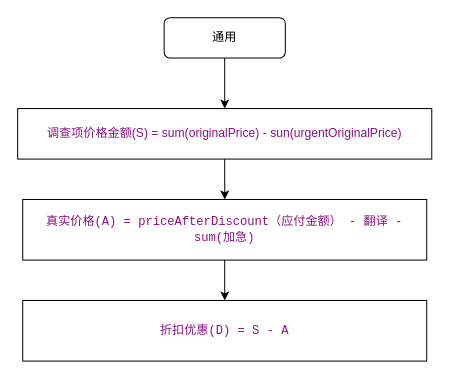
The draw.io diagram 价格计算.drawio in 111ZhuXueke/Hello-English, before the edit. Source tidied: cells renumbered, new cells numbered last; positions are measured from the earlier drawing's top-left corner, leaving out a move shared by most shapes. Both pictures are drawn from the tidied source at 101%, with x=0, y=0 at pixel (17, 17).
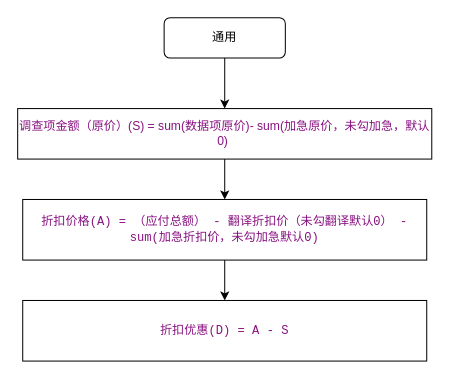
The same diagram, later.

The edit, as a diff of the source:
```diff
@@
 <mxGraphModel>
   <root>
     <mxCell id="0" />
     <mxCell id="1" parent="0" />
     <mxCell id="2" style="edgeStyle=orthogonalEdgeStyle;rounded=0;jettySize=auto;html=1;" parent="1" edge="1" source="3" target="5">
       <mxGeometry relative="1" as="geometry" />
     </mxCell>
     <mxCell id="3" value="通用" style="rounded=1;whiteSpace=wrap;html=1;fontSize=12;glass=0;strokeWidth=1;shadow=0;" parent="1" vertex="1">
       <mxGeometry x="145" width="120" height="40" as="geometry" />
     </mxCell>
     <mxCell id="4" style="edgeStyle=orthogonalEdgeStyle;rounded=0;jettySize=auto;html=1;" parent="1" edge="1" source="5" target="7">
       <mxGeometry relative="1" as="geometry" />
     </mxCell>
-    <mxCell id="5" value="&lt;span style=&quot;font-family: &amp;#34;pingfang sc&amp;#34; , &amp;#34;microsoft yahei&amp;#34; ; text-align: right ; background-color: rgb(255 , 255 , 255)&quot;&gt;&lt;font color=&quot;#881280&quot; style=&quot;font-size: 12px&quot;&gt;调查项价格金额(S) = sum(originalPrice) - sun(urgentOriginalPrice)&lt;/font&gt;&lt;/span&gt;" style="whiteSpace=wrap;html=1;rounded=0;glass=0;strokeWidth=1;shadow=0;" parent="1" vertex="1">
+    <mxCell id="5" value="&lt;span style=&quot;font-family: &amp;#34;pingfang sc&amp;#34; , &amp;#34;microsoft yahei&amp;#34; ; text-align: right ; background-color: rgb(255 , 255 , 255)&quot;&gt;&lt;font color=&quot;#881280&quot; style=&quot;font-size: 12px&quot;&gt;调查项金额（原价）(S) = sum(数据项原价)- sum(加急原价，未勾加急，默认0)&amp;nbsp;&lt;/font&gt;&lt;/span&gt;" style="whiteSpace=wrap;html=1;rounded=0;glass=0;strokeWidth=1;shadow=0;" parent="1" vertex="1">
       <mxGeometry y="90" width="410" height="50" as="geometry" />
     </mxCell>
     <mxCell id="6" style="edgeStyle=orthogonalEdgeStyle;rounded=0;jettySize=auto;html=1;" parent="1" edge="1" source="7" target="8">
       <mxGeometry relative="1" as="geometry" />
     </mxCell>
-    <mxCell id="7" value="&lt;span style=&quot;color: rgb(136 , 18 , 128) ; font-family: &amp;#34;consolas&amp;#34; , &amp;#34;lucida console&amp;#34; , &amp;#34;courier new&amp;#34; , monospace ; text-align: left&quot;&gt;真实价格(A) = priceAfterDiscount（应付金额） - 翻译 - sum(加急)&lt;/span&gt;" style="whiteSpace=wrap;html=1;rounded=0;glass=0;strokeWidth=1;shadow=0;" parent="1" vertex="1">
+    <mxCell id="7" value="&lt;span style=&quot;color: rgb(136 , 18 , 128) ; font-family: &amp;#34;consolas&amp;#34; , &amp;#34;lucida console&amp;#34; , &amp;#34;courier new&amp;#34; , monospace ; text-align: left&quot;&gt;折扣价格(A) = （应付总额） - 翻译折扣价（未勾翻译默认0） - sum(加急折扣价，未勾加急默认0)&lt;/span&gt;" style="whiteSpace=wrap;html=1;rounded=0;glass=0;strokeWidth=1;shadow=0;" parent="1" vertex="1">
       <mxGeometry x="5" y="180" width="400" height="60" as="geometry" />
     </mxCell>
-    <mxCell id="8" value="&lt;span style=&quot;color: rgb(136 , 18 , 128) ; font-family: &amp;#34;consolas&amp;#34; , &amp;#34;lucida console&amp;#34; , &amp;#34;courier new&amp;#34; , monospace ; text-align: left&quot;&gt;折扣优惠(D) = S - A&lt;/span&gt;" style="whiteSpace=wrap;html=1;rounded=0;glass=0;strokeWidth=1;shadow=0;" parent="1" vertex="1">
+    <mxCell id="8" value="&lt;span style=&quot;color: rgb(136 , 18 , 128) ; font-family: &amp;#34;consolas&amp;#34; , &amp;#34;lucida console&amp;#34; , &amp;#34;courier new&amp;#34; , monospace ; text-align: left&quot;&gt;折扣优惠(D) = A - S&lt;/span&gt;" style="whiteSpace=wrap;html=1;rounded=0;glass=0;strokeWidth=1;shadow=0;" parent="1" vertex="1">
       <mxGeometry x="5" y="280" width="400" height="60" as="geometry" />
     </mxCell>
   </root>
 </mxGraphModel>
```
